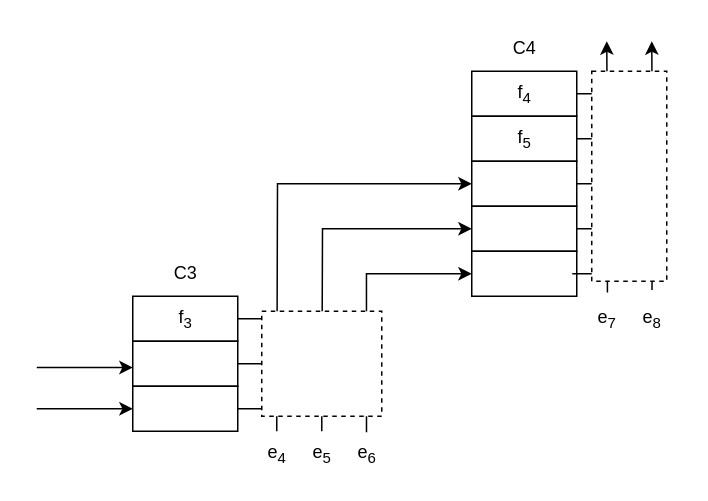
Above: page "fmea_2025" (1 of 2) of Diagrams/fmea_2025.drawio in bwolleswinkel/drawio (draw.io), before the change. Source tidied: cells renumbered, new cells numbered last; positions are measured from the earlier drawing's top-left corner, leaving out a move shared by most shapes. Both pictures are drawn from the tidied source at 150%, with x=0, y=0 at pixel (36, 26).
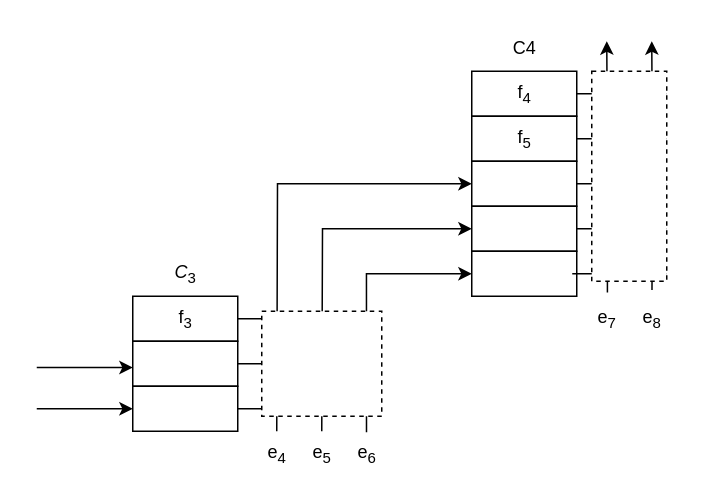
The same page after the edit.

Change to the diagram source:
```diff
@@
-    <mxCell id="4" value="C3" style="text;html=1;align=center;verticalAlign=middle;strokeColor=none;fillColor=none;" parent="1" vertex="1">
+    <mxCell id="4" value="&lt;i&gt;C&lt;/i&gt;&lt;sub&gt;3&lt;/sub&gt;" style="text;html=1;align=center;verticalAlign=middle;strokeColor=none;fillColor=none;" parent="1" vertex="1">
       <mxGeometry x="79" y="150" width="40" height="30" as="geometry" />
     </mxCell>
```
